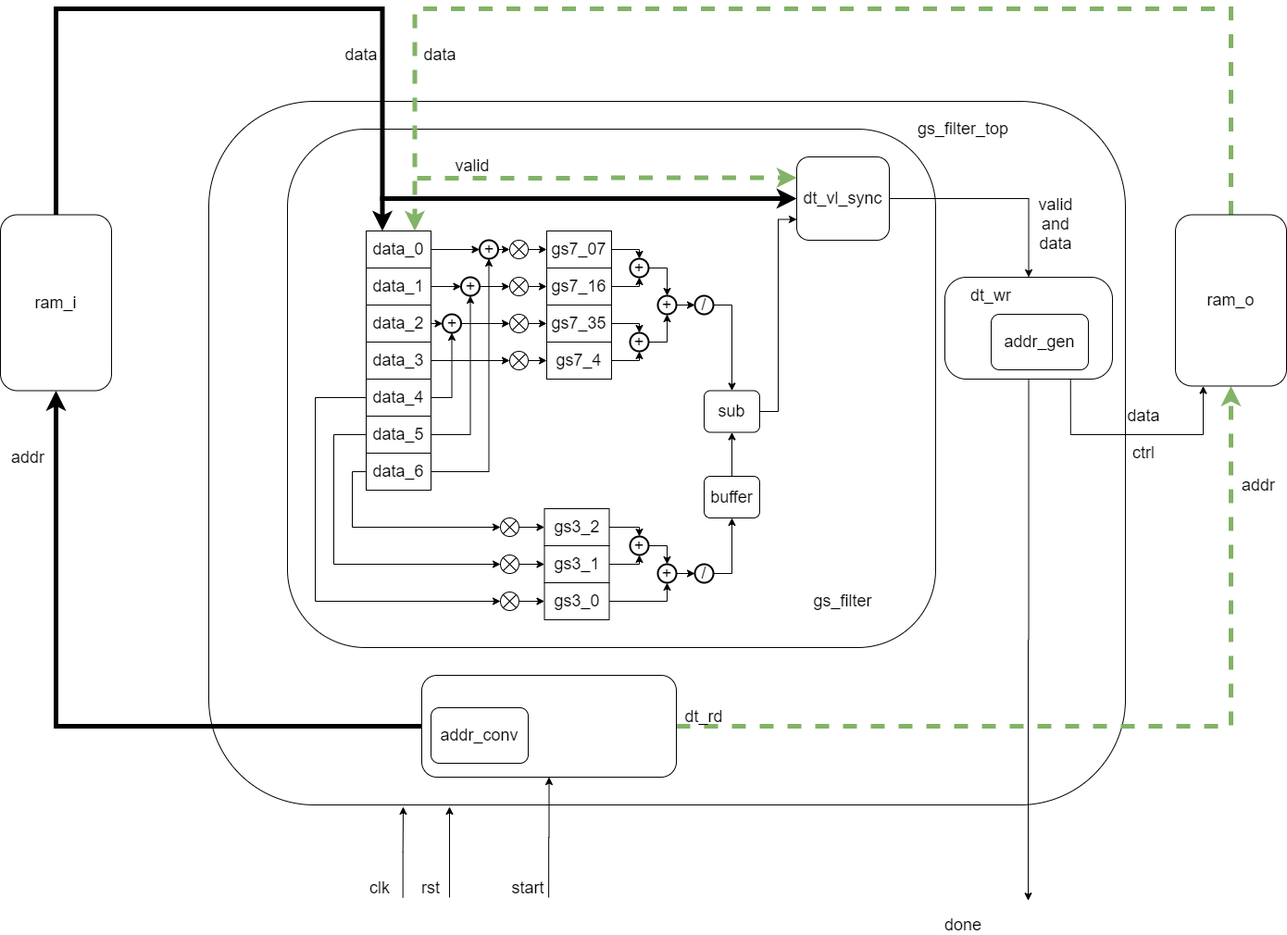
Above: daily/inbed_design/dog/docs/arch/结构图.png in hust-gaoyujing/routine (draw.io), before the change. Source tidied: cells renumbered, new cells last; positions are measured from the earlier drawing's top-left corner, leaving out a move shared by most shapes.
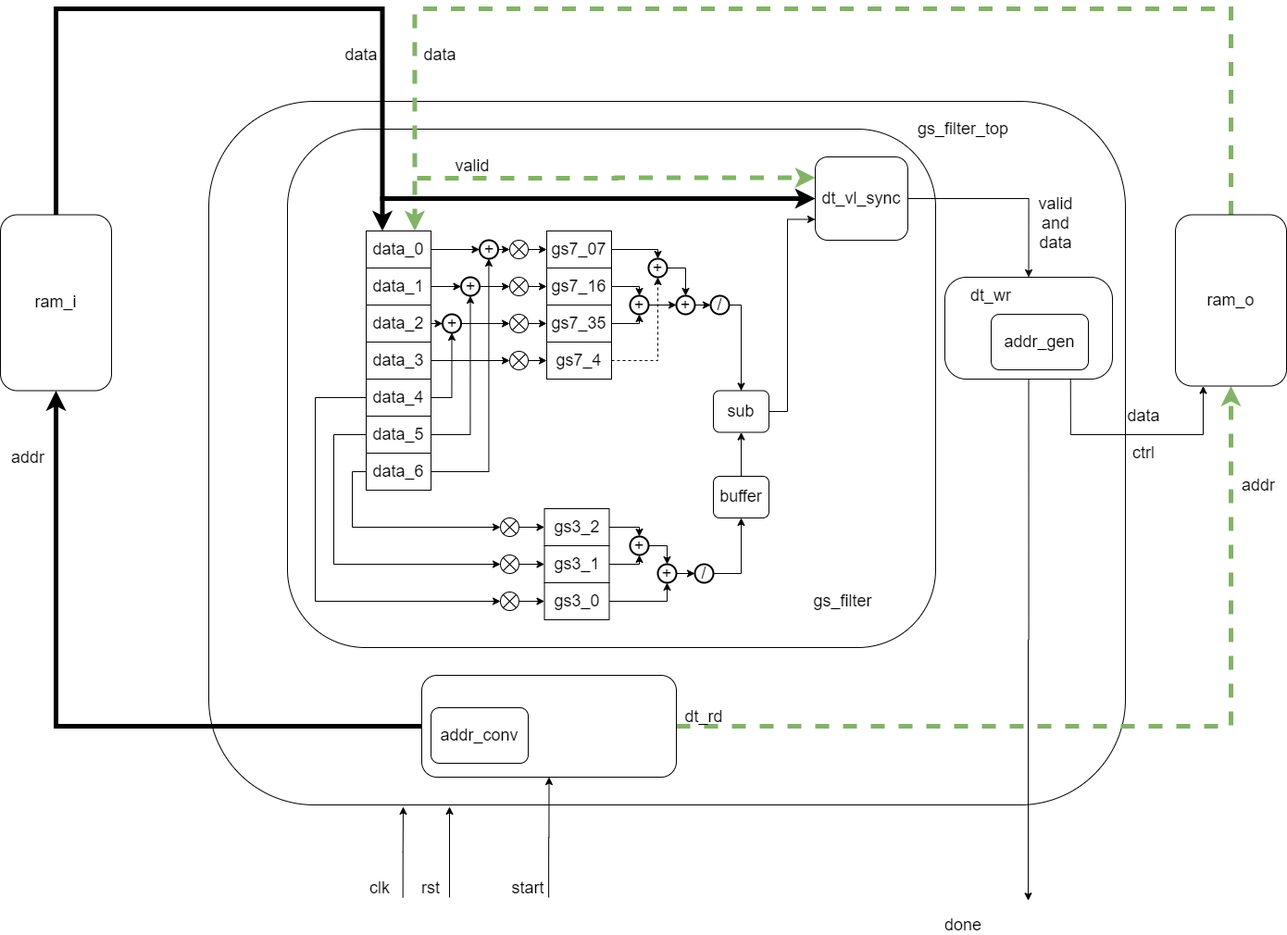
Above is the later version.

The edit, as a diff of the source:
```diff
@@ -32,49 +32,29 @@
     <mxCell id="8" style="rounded=1;whiteSpace=wrap;html=1;fontSize=18;align=left;" parent="1" vertex="1">
       <mxGeometry x="455" y="720" width="275" height="110" as="geometry" />
     </mxCell>
+    <mxCell id="15" style="edgeStyle=orthogonalEdgeStyle;rounded=0;jettySize=auto;html=1;exitX=1;exitY=0.5;exitDx=0;exitDy=0;exitPerimeter=0;entryX=0.5;entryY=0;entryDx=0;entryDy=0;entryPerimeter=0;" parent="1" edge="1" source="9" target="13">
+      <mxGeometry relative="1" as="geometry" />
+    </mxCell>
     <mxCell id="9" value="&lt;font style=&quot;font-size: 18px;&quot;&gt;+&lt;/font&gt;" style="strokeWidth=2;html=1;shape=mxgraph.flowchart.start_2;whiteSpace=wrap;fontSize=18;" parent="1" vertex="1">
-      <mxGeometry x="680" y="270" width="20" height="20" as="geometry" />
+      <mxGeometry x="700" y="270" width="20" height="20" as="geometry" />
     </mxCell>
-    <mxCell id="10" style="edgeStyle=orthogonalEdgeStyle;rounded=0;jettySize=auto;html=1;exitX=1;exitY=0.5;exitDx=0;exitDy=0;exitPerimeter=0;entryX=0.5;entryY=1;entryDx=0;entryDy=0;entryPerimeter=0;" parent="1" edge="1" source="11" target="13">
-      <mxGeometry relative="1" as="geometry" />
-    </mxCell>
-    <mxCell id="11" value="&lt;font style=&quot;font-size: 18px;&quot;&gt;+&lt;/font&gt;" style="strokeWidth=2;html=1;shape=mxgraph.flowchart.start_2;whiteSpace=wrap;fontSize=18;" parent="1" vertex="1">
-      <mxGeometry x="680" y="350" width="20" height="20" as="geometry" />
-    </mxCell>
     <mxCell id="12" style="edgeStyle=orthogonalEdgeStyle;rounded=0;jettySize=auto;html=1;exitX=1;exitY=0.5;exitDx=0;exitDy=0;exitPerimeter=0;entryX=0;entryY=0.5;entryDx=0;entryDy=0;entryPerimeter=0;" parent="1" edge="1" source="13" target="52">
       <mxGeometry relative="1" as="geometry" />
     </mxCell>
     <mxCell id="13" value="&lt;font style=&quot;font-size: 18px;&quot;&gt;+&lt;/font&gt;" style="strokeWidth=2;html=1;shape=mxgraph.flowchart.start_2;whiteSpace=wrap;fontSize=18;" parent="1" vertex="1">
-      <mxGeometry x="710" y="310" width="20" height="20" as="geometry" />
+      <mxGeometry x="730" y="310" width="20" height="20" as="geometry" />
     </mxCell>
     <mxCell id="14" style="edgeStyle=orthogonalEdgeStyle;rounded=0;jettySize=auto;html=1;exitX=1;exitY=0.5;exitDx=0;exitDy=0;entryX=0.5;entryY=0;entryDx=0;entryDy=0;entryPerimeter=0;fontSize=18;" parent="1" edge="1" source="80" target="9">
       <mxGeometry relative="1" as="geometry">
         <Array as="points">
-          <mxPoint x="690" y="260" />
+          <mxPoint x="710" y="260" />
         </Array>
       </mxGeometry>
     </mxCell>
-    <mxCell id="15" style="edgeStyle=orthogonalEdgeStyle;rounded=0;jettySize=auto;html=1;exitX=1;exitY=0.5;exitDx=0;exitDy=0;exitPerimeter=0;fontSize=18;" parent="1" edge="1" source="9" target="13">
-      <mxGeometry relative="1" as="geometry" />
-    </mxCell>
-    <mxCell id="16" style="edgeStyle=orthogonalEdgeStyle;rounded=0;jettySize=auto;html=1;exitX=1;exitY=0.5;exitDx=0;exitDy=0;entryX=0.5;entryY=1;entryDx=0;entryDy=0;entryPerimeter=0;fontSize=18;" parent="1" edge="1" source="83" target="9">
-      <mxGeometry relative="1" as="geometry">
-        <Array as="points">
-          <mxPoint x="690" y="300" />
-        </Array>
-      </mxGeometry>
-    </mxCell>
-    <mxCell id="17" style="edgeStyle=orthogonalEdgeStyle;rounded=0;jettySize=auto;html=1;exitX=1;exitY=0.5;exitDx=0;exitDy=0;entryX=0.5;entryY=0;entryDx=0;entryDy=0;entryPerimeter=0;fontSize=18;" parent="1" edge="1" source="82" target="11">
-      <mxGeometry relative="1" as="geometry">
-        <Array as="points">
-          <mxPoint x="690" y="340" />
-        </Array>
-      </mxGeometry>
-    </mxCell>
-    <mxCell id="18" style="edgeStyle=orthogonalEdgeStyle;rounded=0;jettySize=auto;html=1;exitX=1;exitY=0.5;exitDx=0;exitDy=0;entryX=0.5;entryY=1;entryDx=0;entryDy=0;entryPerimeter=0;fontSize=18;" parent="1" edge="1" source="81" target="11">
+    <mxCell id="18" style="edgeStyle=orthogonalEdgeStyle;rounded=0;jettySize=auto;html=1;exitX=1;exitY=0.5;exitDx=0;exitDy=0;entryX=0.5;entryY=1;entryDx=0;entryDy=0;entryPerimeter=0;fontSize=18;dashed=1;" parent="1" edge="1" source="81" target="9">
       <mxGeometry relative="1" as="geometry">
         <Array as="points">
-          <mxPoint x="690" y="380" />
+          <mxPoint x="710" y="380" />
         </Array>
       </mxGeometry>
     </mxCell>
@@ -169,7 +149,7 @@
       </mxGeometry>
     </mxCell>
     <mxCell id="42" value="dt_vl_sync" style="rounded=1;whiteSpace=wrap;html=1;fontSize=18;" parent="1" vertex="1">
-      <mxGeometry x="860" y="160" width="100" height="90" as="geometry" />
+      <mxGeometry x="880" y="160" width="100" height="90" as="geometry" />
     </mxCell>
     <mxCell id="43" value="valid and&lt;br&gt;data" style="text;html=1;strokeColor=none;fillColor=none;align=center;verticalAlign=middle;whiteSpace=wrap;rounded=0;fontSize=18;" parent="1" vertex="1">
       <mxGeometry x="1120" y="222.5" width="40" height="20" as="geometry" />
@@ -199,10 +179,15 @@
       <mxGeometry x="1020" y="120" width="40" height="20" as="geometry" />
     </mxCell>
     <mxCell id="51" style="edgeStyle=orthogonalEdgeStyle;rounded=0;jettySize=auto;html=1;exitX=1;exitY=0.5;exitDx=0;exitDy=0;exitPerimeter=0;entryX=0.5;entryY=0;entryDx=0;entryDy=0;" parent="1" edge="1" source="52" target="108">
-      <mxGeometry relative="1" as="geometry" />
+      <mxGeometry relative="1" as="geometry">
+        <Array as="points">
+          <mxPoint x="800" y="320" />
+          <mxPoint x="800" y="413" />
+        </Array>
+      </mxGeometry>
     </mxCell>
     <mxCell id="52" value="/" style="strokeWidth=2;html=1;shape=mxgraph.flowchart.start_2;whiteSpace=wrap;fontSize=18;" parent="1" vertex="1">
-      <mxGeometry x="750" y="310" width="20" height="20" as="geometry" />
+      <mxGeometry x="767" y="310" width="20" height="20" as="geometry" />
     </mxCell>
     <mxCell id="53" value="addr" style="text;html=1;strokeColor=none;fillColor=none;align=center;verticalAlign=middle;whiteSpace=wrap;rounded=0;fontSize=18;" parent="1" vertex="1">
       <mxGeometry x="1339" y="505" width="40" height="20" as="geometry" />
@@ -306,9 +291,19 @@
     <mxCell id="81" value="gs7_4" style="rounded=0;whiteSpace=wrap;html=1;fontSize=18;" parent="1" vertex="1">
       <mxGeometry x="590" y="360" width="70" height="40" as="geometry" />
     </mxCell>
+    <mxCell id="17" style="edgeStyle=orthogonalEdgeStyle;rounded=0;jettySize=auto;html=1;exitX=1;exitY=0.5;exitDx=0;exitDy=0;entryX=0.5;entryY=1;entryDx=0;entryDy=0;entryPerimeter=0;" parent="1" edge="1" source="82" target="11">
+      <mxGeometry relative="1" as="geometry">
+        <Array as="points">
+          <mxPoint x="690" y="340" />
+        </Array>
+      </mxGeometry>
+    </mxCell>
     <mxCell id="82" value="gs7_35" style="rounded=0;whiteSpace=wrap;html=1;fontSize=18;" parent="1" vertex="1">
       <mxGeometry x="590" y="320" width="70" height="40" as="geometry" />
     </mxCell>
+    <mxCell id="109" style="edgeStyle=orthogonalEdgeStyle;rounded=0;jettySize=auto;html=1;exitX=1;exitY=0.5;exitDx=0;exitDy=0;entryX=0.5;entryY=0;entryDx=0;entryDy=0;entryPerimeter=0;" parent="1" edge="1" source="83" target="11">
+      <mxGeometry relative="1" as="geometry" />
+    </mxCell>
     <mxCell id="83" value="gs7_16" style="rounded=0;whiteSpace=wrap;html=1;fontSize=18;" parent="1" vertex="1">
       <mxGeometry x="590" y="280" width="70" height="40" as="geometry" />
     </mxCell>
@@ -381,13 +376,24 @@
       <mxGeometry relative="1" as="geometry" />
     </mxCell>
     <mxCell id="106" value="buffer" style="rounded=1;whiteSpace=wrap;html=1;fontSize=18;" parent="1" vertex="1">
-      <mxGeometry x="760" y="505" width="60" height="45" as="geometry" />
+      <mxGeometry x="770" y="505" width="60" height="45" as="geometry" />
     </mxCell>
     <mxCell id="107" style="edgeStyle=orthogonalEdgeStyle;rounded=0;jettySize=auto;html=1;exitX=1;exitY=0.5;exitDx=0;exitDy=0;entryX=0;entryY=0.75;entryDx=0;entryDy=0;" parent="1" edge="1" source="108" target="42">
-      <mxGeometry relative="1" as="geometry" />
+      <mxGeometry relative="1" as="geometry">
+        <Array as="points">
+          <mxPoint x="850" y="435" />
+          <mxPoint x="850" y="228" />
+        </Array>
+      </mxGeometry>
     </mxCell>
     <mxCell id="108" value="sub" style="rounded=1;whiteSpace=wrap;html=1;fontSize=18;" parent="1" vertex="1">
-      <mxGeometry x="760" y="412.5" width="60" height="45" as="geometry" />
+      <mxGeometry x="770" y="412.5" width="60" height="45" as="geometry" />
     </mxCell>
+    <mxCell id="10" style="edgeStyle=orthogonalEdgeStyle;rounded=0;jettySize=auto;html=1;exitX=1;exitY=0.5;exitDx=0;exitDy=0;exitPerimeter=0;entryX=0;entryY=0.5;entryDx=0;entryDy=0;entryPerimeter=0;" parent="1" edge="1" source="11" target="13">
+      <mxGeometry relative="1" as="geometry" />
+    </mxCell>
+    <mxCell id="11" value="&lt;font style=&quot;font-size: 18px;&quot;&gt;+&lt;/font&gt;" style="strokeWidth=2;html=1;shape=mxgraph.flowchart.start_2;whiteSpace=wrap;fontSize=18;" parent="1" vertex="1">
+      <mxGeometry x="680" y="310" width="20" height="20" as="geometry" />
+    </mxCell>
   </root>
 </mxGraphModel>
```
